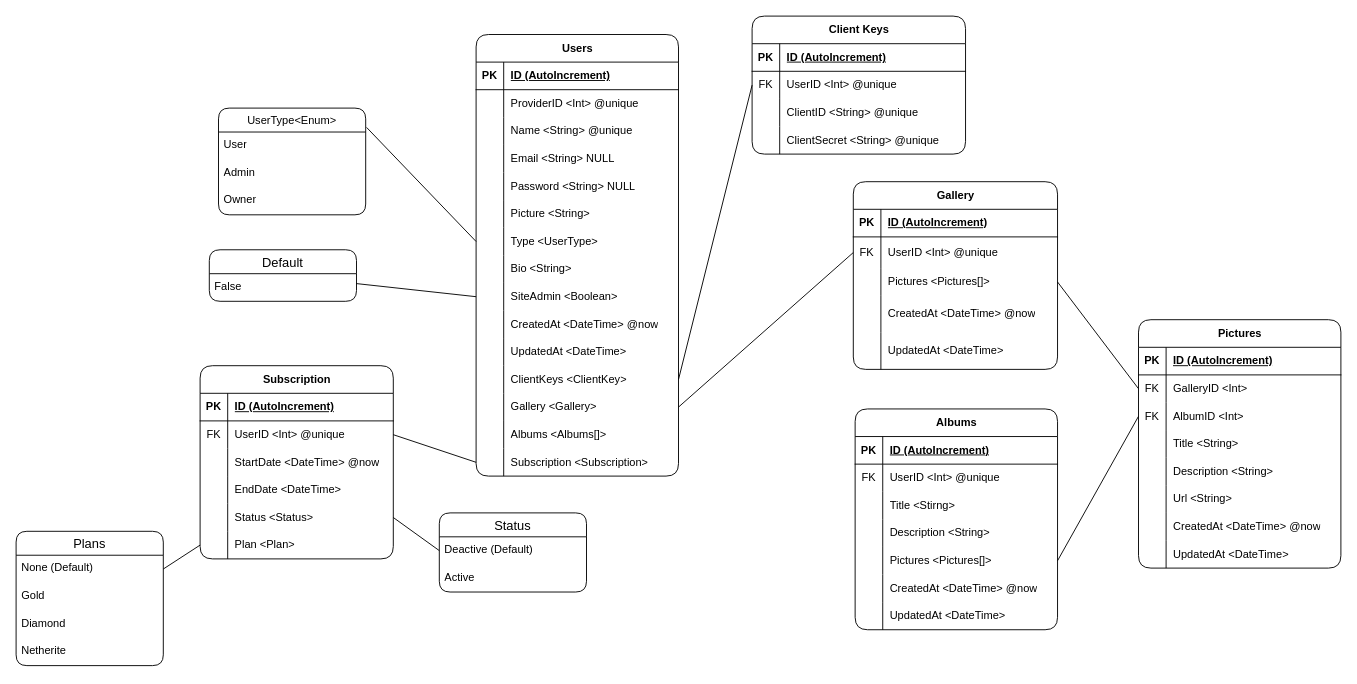
Above: project/models/Pixelarium.drawio in Novanaa/Pixelarium (draw.io), before the change. Source tidied: cells renumbered, new cells numbered last; positions are measured from the earlier drawing's top-left corner, leaving out a move shared by most shapes. Both pictures are drawn from the tidied source at 92%, with x=0, y=0 at pixel (16, 16).
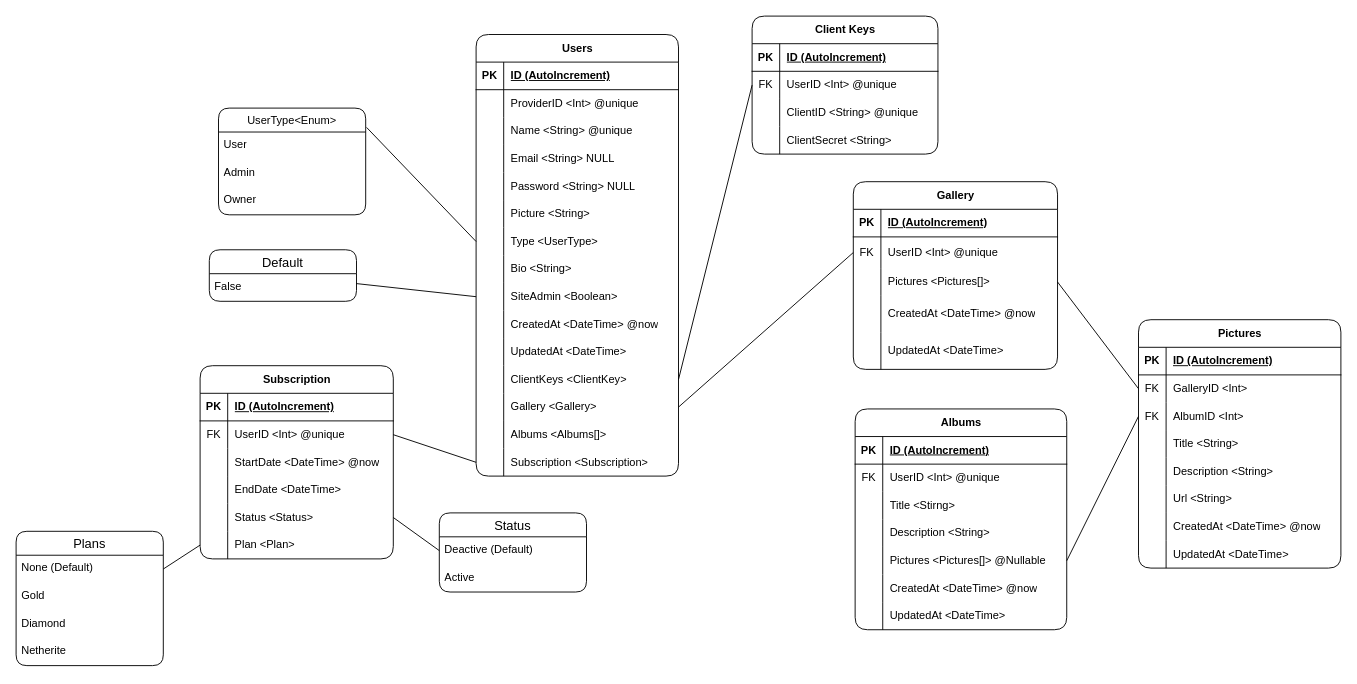
Above is the later version.

Commit message (it also covers changes not shown here):
Added @Nullabe Attribute to Albums Pictures Field and Removed/Deleted @Unique Attribute in client_secret field

Diff of the diagram source:
```diff
@@
     <mxCell id="56" value="Client Keys" style="shape=table;startSize=30;childLayout=tableLayout;rowLines=0;fontStyle=1;align=center;html=1;rounded=1;" parent="1" vertex="1">
-      <mxGeometry x="800" width="232" height="150" as="geometry" />
+      <mxGeometry x="800" width="202" height="150" as="geometry" />
     </mxCell>
     <mxCell id="57" style="shape=tableRow;horizontal=0;startSize=0;swimlaneHead=0;swimlaneBody=0;fillColor=none;top=0;left=0;right=0;bottom=1;" parent="56" vertex="1">
-      <mxGeometry y="30" width="232" height="30" as="geometry" />
+      <mxGeometry y="30" width="202" height="30" as="geometry" />
     </mxCell>
@@
     <mxCell id="59" value="ID (AutoIncrement)" style="shape=partialRectangle;fillColor=none;top=0;left=0;bottom=0;right=0;align=left;spacingLeft=6;fontStyle=5;overflow=hidden;whiteSpace=wrap;html=1;" parent="57" vertex="1">
-      <mxGeometry x="30" width="202" height="30" as="geometry" />
+      <mxGeometry x="30" width="172" height="30" as="geometry" />
     </mxCell>
     <mxCell id="60" style="shape=tableRow;horizontal=0;startSize=0;swimlaneHead=0;swimlaneBody=0;fillColor=none;points=[[0,0.5],[1,0.5]];portConstraint=eastwest;top=0;left=0;right=0;bottom=0;" parent="56" vertex="1">
-      <mxGeometry y="60" width="232" height="30" as="geometry" />
+      <mxGeometry y="60" width="202" height="30" as="geometry" />
     </mxCell>
@@
     <mxCell id="62" value="UserID &amp;lt;Int&amp;gt; @unique" style="shape=partialRectangle;fillColor=none;top=0;left=0;bottom=0;right=0;align=left;spacingLeft=6;overflow=hidden;whiteSpace=wrap;html=1;" parent="60" vertex="1">
-      <mxGeometry x="30" width="202" height="30" as="geometry" />
+      <mxGeometry x="30" width="172" height="30" as="geometry" />
     </mxCell>
     <mxCell id="63" style="shape=tableRow;horizontal=0;startSize=0;swimlaneHead=0;swimlaneBody=0;fillColor=none;top=0;left=0;right=0;bottom=0;" parent="56" vertex="1">
-      <mxGeometry y="90" width="232" height="30" as="geometry" />
+      <mxGeometry y="90" width="202" height="30" as="geometry" />
     </mxCell>
@@
     <mxCell id="65" value="ClientID &amp;lt;String&amp;gt; @unique" style="shape=partialRectangle;fillColor=none;top=0;left=0;bottom=0;right=0;align=left;spacingLeft=6;overflow=hidden;whiteSpace=wrap;html=1;" parent="63" vertex="1">
-      <mxGeometry x="30" width="202" height="30" as="geometry" />
+      <mxGeometry x="30" width="172" height="30" as="geometry" />
     </mxCell>
     <mxCell id="66" style="shape=tableRow;horizontal=0;startSize=0;swimlaneHead=0;swimlaneBody=0;fillColor=none;top=0;left=0;right=0;bottom=0;" parent="56" vertex="1">
-      <mxGeometry y="120" width="232" height="30" as="geometry" />
+      <mxGeometry y="120" width="202" height="30" as="geometry" />
     </mxCell>
@@
-    <mxCell id="68" value="ClientSecret &amp;lt;String&amp;gt; @unique" style="shape=partialRectangle;fillColor=none;top=0;left=0;bottom=0;right=0;align=left;spacingLeft=6;overflow=hidden;whiteSpace=wrap;html=1;" parent="66" vertex="1">
-      <mxGeometry x="30" width="202" height="30" as="geometry" />
+    <mxCell id="68" value="ClientSecret &amp;lt;String&amp;gt;&amp;nbsp;" style="shape=partialRectangle;fillColor=none;top=0;left=0;bottom=0;right=0;align=left;spacingLeft=6;overflow=hidden;whiteSpace=wrap;html=1;" parent="66" vertex="1">
+      <mxGeometry x="30" width="172" height="30" as="geometry" />
     </mxCell>
@@
     <mxCell id="113" value="Albums" style="shape=table;startSize=30;childLayout=tableLayout;rowLines=0;fontStyle=1;align=center;html=1;rounded=1;" parent="1" vertex="1">
-      <mxGeometry x="912" y="427" width="220" height="240" as="geometry" />
+      <mxGeometry x="912" y="427" width="230" height="240" as="geometry" />
     </mxCell>
     <mxCell id="114" style="shape=tableRow;horizontal=0;startSize=0;swimlaneHead=0;swimlaneBody=0;fillColor=none;top=0;left=0;right=0;bottom=1;" parent="113" vertex="1">
-      <mxGeometry y="30" width="220" height="30" as="geometry" />
+      <mxGeometry y="30" width="230" height="30" as="geometry" />
     </mxCell>
@@
     <mxCell id="116" value="ID (AutoIncrement)" style="shape=partialRectangle;fillColor=none;top=0;left=0;bottom=0;right=0;align=left;spacingLeft=6;fontStyle=5;overflow=hidden;whiteSpace=wrap;html=1;" parent="114" vertex="1">
-      <mxGeometry x="30" width="190" height="30" as="geometry" />
+      <mxGeometry x="30" width="200" height="30" as="geometry" />
     </mxCell>
     <mxCell id="117" style="shape=tableRow;horizontal=0;startSize=0;swimlaneHead=0;swimlaneBody=0;fillColor=none;top=0;left=0;right=0;bottom=0;" parent="113" vertex="1">
-      <mxGeometry y="60" width="220" height="30" as="geometry" />
+      <mxGeometry y="60" width="230" height="30" as="geometry" />
     </mxCell>
@@
     <mxCell id="119" value="UserID &amp;lt;Int&amp;gt; @unique" style="shape=partialRectangle;fillColor=none;top=0;left=0;bottom=0;right=0;align=left;spacingLeft=6;overflow=hidden;whiteSpace=wrap;html=1;" parent="117" vertex="1">
-      <mxGeometry x="30" width="190" height="30" as="geometry" />
+      <mxGeometry x="30" width="200" height="30" as="geometry" />
     </mxCell>
     <mxCell id="120" style="shape=tableRow;horizontal=0;startSize=0;swimlaneHead=0;swimlaneBody=0;fillColor=none;top=0;left=0;right=0;bottom=0;" parent="113" vertex="1">
-      <mxGeometry y="90" width="220" height="30" as="geometry" />
+      <mxGeometry y="90" width="230" height="30" as="geometry" />
     </mxCell>
@@
     <mxCell id="122" value="Title &amp;lt;Stirng&amp;gt;" style="shape=partialRectangle;fillColor=none;top=0;left=0;bottom=0;right=0;align=left;spacingLeft=6;overflow=hidden;whiteSpace=wrap;html=1;" parent="120" vertex="1">
-      <mxGeometry x="30" width="190" height="30" as="geometry" />
+      <mxGeometry x="30" width="200" height="30" as="geometry" />
     </mxCell>
     <mxCell id="123" style="shape=tableRow;horizontal=0;startSize=0;swimlaneHead=0;swimlaneBody=0;fillColor=none;top=0;left=0;right=0;bottom=0;" parent="113" vertex="1">
-      <mxGeometry y="120" width="220" height="30" as="geometry" />
+      <mxGeometry y="120" width="230" height="30" as="geometry" />
     </mxCell>
@@
     <mxCell id="125" value="Description &amp;lt;String&amp;gt;" style="shape=partialRectangle;fillColor=none;top=0;left=0;bottom=0;right=0;align=left;spacingLeft=6;overflow=hidden;whiteSpace=wrap;html=1;" parent="123" vertex="1">
-      <mxGeometry x="30" width="190" height="30" as="geometry" />
+      <mxGeometry x="30" width="200" height="30" as="geometry" />
     </mxCell>
     <mxCell id="126" style="shape=tableRow;horizontal=0;startSize=0;swimlaneHead=0;swimlaneBody=0;fillColor=none;points=[[0,0.5],[1,0.5]];portConstraint=eastwest;top=0;left=0;right=0;bottom=0;" parent="113" vertex="1">
-      <mxGeometry y="150" width="220" height="30" as="geometry" />
+      <mxGeometry y="150" width="230" height="30" as="geometry" />
     </mxCell>
@@
-    <mxCell id="128" value="Pictures &amp;lt;Pictures[]&amp;gt;" style="shape=partialRectangle;fillColor=none;top=0;left=0;bottom=0;right=0;align=left;spacingLeft=6;overflow=hidden;whiteSpace=wrap;html=1;" parent="126" vertex="1">
-      <mxGeometry x="30" width="190" height="30" as="geometry" />
+    <mxCell id="128" value="Pictures &amp;lt;Pictures[]&amp;gt; @Nullable" style="shape=partialRectangle;fillColor=none;top=0;left=0;bottom=0;right=0;align=left;spacingLeft=6;overflow=hidden;whiteSpace=wrap;html=1;" parent="126" vertex="1">
+      <mxGeometry x="30" width="200" height="30" as="geometry" />
     </mxCell>
     <mxCell id="129" style="shape=tableRow;horizontal=0;startSize=0;swimlaneHead=0;swimlaneBody=0;fillColor=none;top=0;left=0;right=0;bottom=0;" parent="113" vertex="1">
-      <mxGeometry y="180" width="220" height="30" as="geometry" />
+      <mxGeometry y="180" width="230" height="30" as="geometry" />
     </mxCell>
@@
     <mxCell id="131" value="CreatedAt &amp;lt;DateTime&amp;gt; @now" style="shape=partialRectangle;fillColor=none;top=0;left=0;bottom=0;right=0;align=left;spacingLeft=6;overflow=hidden;whiteSpace=wrap;html=1;" parent="129" vertex="1">
-      <mxGeometry x="30" width="190" height="30" as="geometry" />
+      <mxGeometry x="30" width="200" height="30" as="geometry" />
     </mxCell>
     <mxCell id="132" style="shape=tableRow;horizontal=0;startSize=0;swimlaneHead=0;swimlaneBody=0;fillColor=none;top=0;left=0;right=0;bottom=0;" parent="113" vertex="1">
-      <mxGeometry y="210" width="220" height="30" as="geometry" />
+      <mxGeometry y="210" width="230" height="30" as="geometry" />
     </mxCell>
@@
     <mxCell id="134" value="UpdatedAt &amp;lt;DateTime&amp;gt;" style="shape=partialRectangle;fillColor=none;top=0;left=0;bottom=0;right=0;align=left;spacingLeft=6;overflow=hidden;whiteSpace=wrap;html=1;" parent="132" vertex="1">
-      <mxGeometry x="30" width="190" height="30" as="geometry" />
+      <mxGeometry x="30" width="200" height="30" as="geometry" />
     </mxCell>
```
